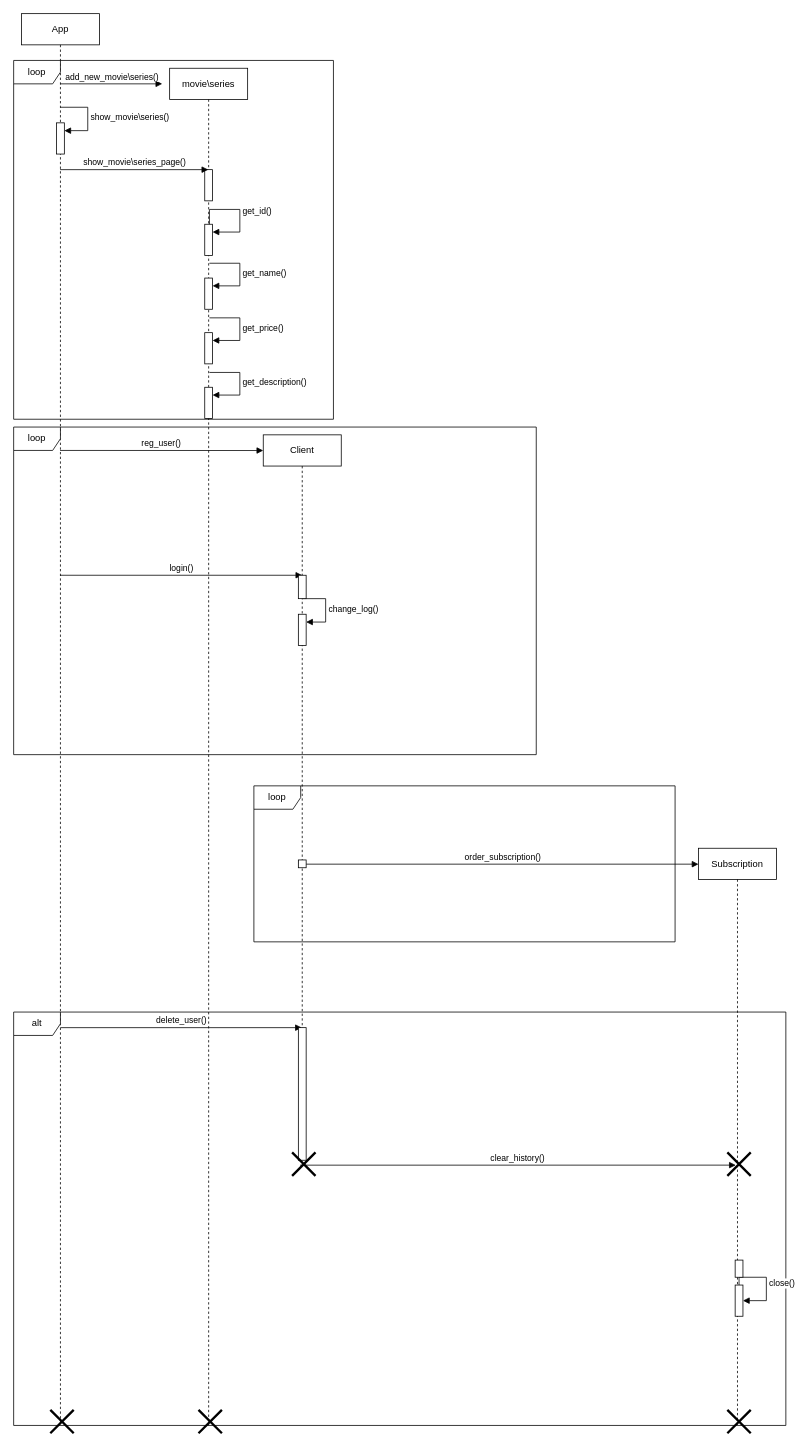
The draw.io diagram lab01/3(posledstviya).drawio in KarimFaik/Program-Engineering, before the edit. Source tidied: cells renumbered, new cells numbered last; positions are measured from the earlier drawing's top-left corner, leaving out a move shared by most shapes. Both pictures are drawn from the tidied source at 78%, with x=0, y=0 at pixel (13, 13).
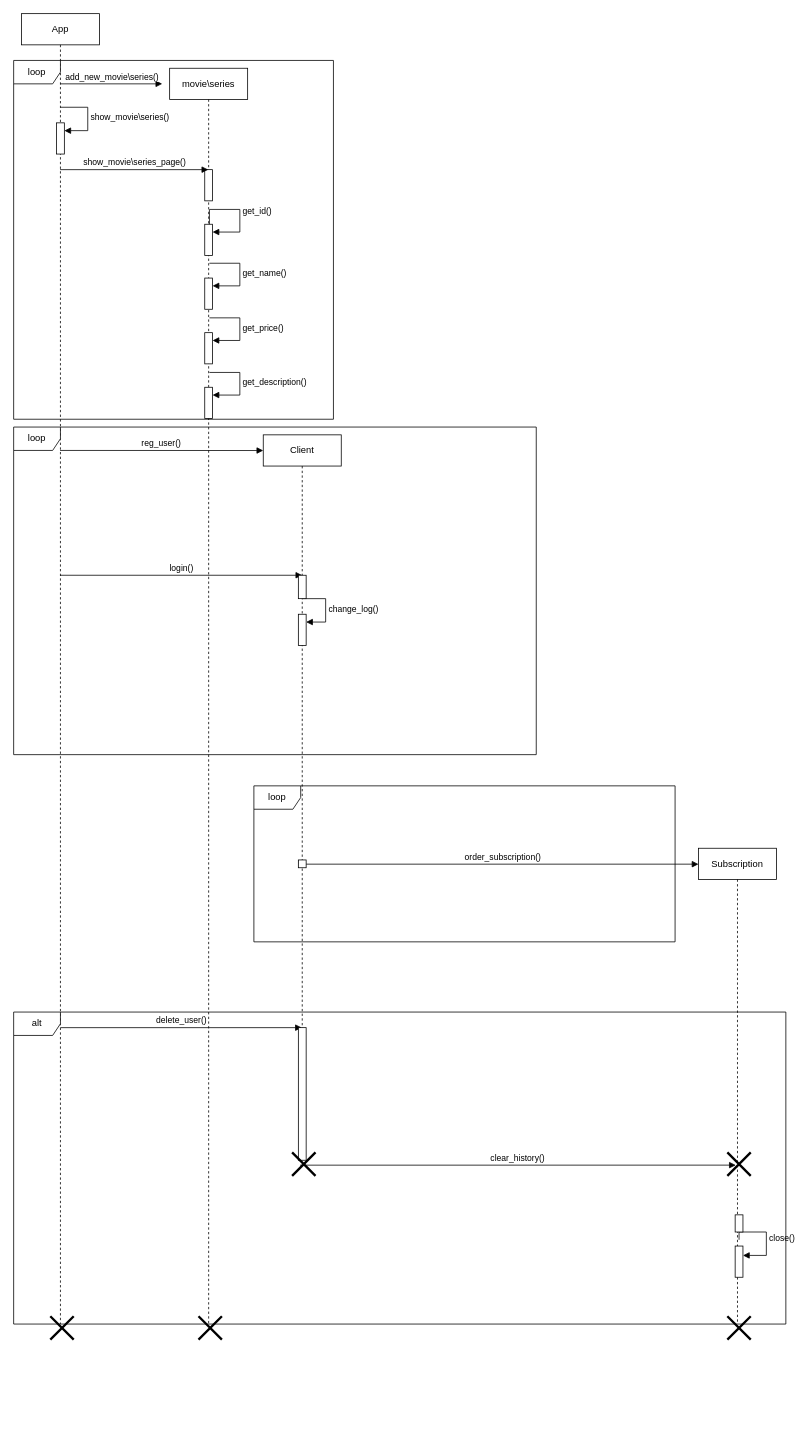
The same diagram, later.

Diff of the diagram source:
```diff
@@
     <mxCell id="2" value="App" style="shape=umlLifeline;perimeter=lifelinePerimeter;whiteSpace=wrap;html=1;outlineConnect=0;portConstraint=eastwest;newEdgeStyle={&quot;curved&quot;:0,&quot;rounded&quot;:0};" parent="1" vertex="1">
-      <mxGeometry x="10" width="100" height="1810" as="geometry" />
+      <mxGeometry x="10" width="100" height="1680" as="geometry" />
     </mxCell>
@@
     <mxCell id="4" style="shape=umlDestroy;whiteSpace=wrap;html=1;strokeWidth=3;targetShapes=umlLifeline;" parent="2" vertex="1">
-      <mxGeometry x="37" y="1790" width="30" height="30" as="geometry" />
+      <mxGeometry x="37" y="1670" width="30" height="30" as="geometry" />
     </mxCell>
     <mxCell id="5" value="movie\series" style="shape=umlLifeline;perimeter=lifelinePerimeter;whiteSpace=wrap;html=1;outlineConnect=0;portConstraint=eastwest;newEdgeStyle={&quot;curved&quot;:0,&quot;rounded&quot;:0};" parent="1" vertex="1">
-      <mxGeometry x="200" y="70" width="100" height="1740" as="geometry" />
+      <mxGeometry x="200" y="70" width="100" height="1610" as="geometry" />
     </mxCell>
@@
     <mxCell id="15" style="shape=umlDestroy;whiteSpace=wrap;html=1;strokeWidth=3;targetShapes=umlLifeline;" parent="5" vertex="1">
-      <mxGeometry x="37" y="1720" width="30" height="30" as="geometry" />
+      <mxGeometry x="37" y="1600" width="30" height="30" as="geometry" />
     </mxCell>
@@
     <mxCell id="19" value="Subscription" style="shape=umlLifeline;perimeter=lifelinePerimeter;whiteSpace=wrap;html=1;newEdgeStyle={&quot;curved&quot;:0,&quot;rounded&quot;:0};" parent="1" vertex="1">
-      <mxGeometry x="878" y="1070" width="100" height="740" as="geometry" />
+      <mxGeometry x="878" y="1070" width="100" height="610" as="geometry" />
     </mxCell>
+    <mxCell id="33" value="close()" style="html=1;align=left;spacingLeft=2;endArrow=block;rounded=0;edgeStyle=orthogonalEdgeStyle;curved=0;rounded=0;" parent="19" edge="1">
+      <mxGeometry relative="1" as="geometry">
+        <mxPoint x="52" y="502" as="sourcePoint" />
+        <mxPoint x="57" y="522" as="targetPoint" />
+        <Array as="points">
+          <mxPoint x="52" y="492" />
+          <mxPoint x="87" y="492" />
+          <mxPoint x="87" y="522" />
+        </Array>
+      </mxGeometry>
+    </mxCell>
+    <mxCell id="38" style="html=1;perimeter=orthogonalPerimeter;targetShapes=umlLifeline;newEdgeStyle={&quot;curved&quot;:0,&quot;rounded&quot;:0};" parent="19" vertex="1">
+      <mxGeometry x="47" y="470" width="10" height="22" as="geometry" />
+    </mxCell>
+    <mxCell id="34" style="html=1;points=[[0,0,0,0,5],[0,1,0,0,-5],[1,0,0,0,5],[1,1,0,0,-5]];perimeter=orthogonalPerimeter;outlineConnect=0;targetShapes=umlLifeline;portConstraint=eastwest;newEdgeStyle={&quot;curved&quot;:0,&quot;rounded&quot;:0};" parent="19" vertex="1">
+      <mxGeometry x="47" y="510" width="10" height="40" as="geometry" />
+    </mxCell>
@@
     <mxCell id="30" value="alt" style="shape=umlFrame;whiteSpace=wrap;html=1;" parent="1" vertex="1">
-      <mxGeometry y="1280" width="990" height="530" as="geometry" />
+      <mxGeometry y="1280" width="990" height="400" as="geometry" />
     </mxCell>
@@
-    <mxCell id="33" value="close()" style="html=1;align=left;spacingLeft=2;endArrow=block;rounded=0;edgeStyle=orthogonalEdgeStyle;curved=0;rounded=0;" parent="1" edge="1" source="34" target="34">
-      <mxGeometry relative="1" as="geometry">
-        <Array as="points">
-          <mxPoint x="930" y="1620" />
-          <mxPoint x="965" y="1620" />
-          <mxPoint x="965" y="1650" />
-        </Array>
-      </mxGeometry>
-    </mxCell>
-    <mxCell id="34" style="html=1;points=[[0,0,0,0,5],[0,1,0,0,-5],[1,0,0,0,5],[1,1,0,0,-5]];perimeter=orthogonalPerimeter;outlineConnect=0;targetShapes=umlLifeline;portConstraint=eastwest;newEdgeStyle={&quot;curved&quot;:0,&quot;rounded&quot;:0};" parent="1" vertex="1">
-      <mxGeometry x="925" y="1630" width="10" height="40" as="geometry" />
-    </mxCell>
     <mxCell id="35" style="shape=umlDestroy;whiteSpace=wrap;html=1;strokeWidth=3;targetShapes=umlLifeline;" parent="1" vertex="1">
-      <mxGeometry x="915" y="1790" width="30" height="30" as="geometry" />
+      <mxGeometry x="915" y="1670" width="30" height="30" as="geometry" />
     </mxCell>
@@
-    <mxCell id="38" style="html=1;perimeter=orthogonalPerimeter;targetShapes=umlLifeline;newEdgeStyle={&quot;curved&quot;:0,&quot;rounded&quot;:0};" parent="1" vertex="1">
-      <mxGeometry x="925" y="1598" width="10" height="22" as="geometry" />
-    </mxCell>
```
